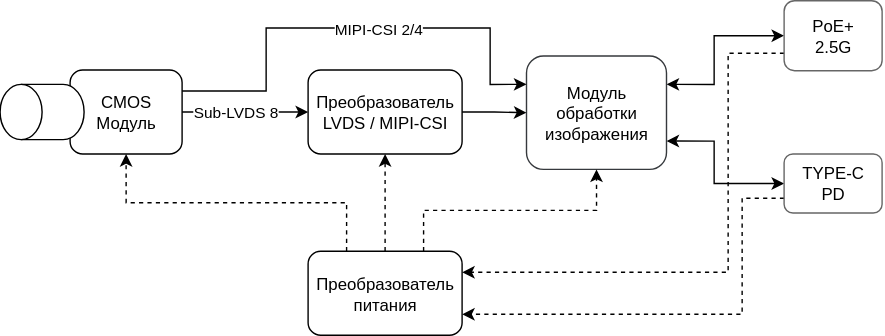
sdyspb/reimagined-rk3588 keeps this draw.io diagram as docs/hardware/start88_smart-camera_fbd.drawio.svg. Above is the earlier version. Source tidied: cells renumbered, new cells last; positions are measured from the earlier drawing's top-left corner, leaving out a move shared by most shapes. Its diagram source:
```xml
<mxGraphModel>
  <root>
    <mxCell id="0" />
    <mxCell id="1" parent="0" />
    <mxCell id="2" style="edgeStyle=orthogonalEdgeStyle;rounded=0;jettySize=auto;html=1;exitX=1;exitY=0.25;exitDx=0;exitDy=0;entryX=1;entryY=0.5;entryDx=0;entryDy=0;startArrow=classic;startFill=1;" parent="1" edge="1" source="4" target="6">
      <mxGeometry relative="1" as="geometry">
        <Array as="points">
          <mxPoint x="510" y="60" />
          <mxPoint x="510" y="26" />
        </Array>
      </mxGeometry>
    </mxCell>
    <mxCell id="3" style="edgeStyle=orthogonalEdgeStyle;rounded=0;jettySize=auto;html=1;exitX=1;exitY=0.75;exitDx=0;exitDy=0;entryX=0.5;entryY=1;entryDx=0;entryDy=0;startArrow=classic;startFill=1;" parent="1" edge="1" source="4" target="8">
      <mxGeometry relative="1" as="geometry">
        <Array as="points">
          <mxPoint x="510" y="101" />
          <mxPoint x="510" y="131" />
        </Array>
      </mxGeometry>
    </mxCell>
    <mxCell id="4" value="Модуль обработки изображения" style="rounded=1;whiteSpace=wrap;html=1;fillColor=none;strokeColor=#36393d;fontColor=default;" parent="1" vertex="1">
      <mxGeometry x="376" y="40" width="100" height="81" as="geometry" />
    </mxCell>
    <mxCell id="5" style="edgeStyle=orthogonalEdgeStyle;rounded=0;jettySize=auto;html=1;exitX=1;exitY=0.25;exitDx=0;exitDy=0;entryX=0.25;entryY=0;entryDx=0;entryDy=0;dashed=1;" parent="1" edge="1" source="6" target="20">
      <mxGeometry relative="1" as="geometry">
        <Array as="points">
          <mxPoint x="520" y="38" />
          <mxPoint x="520" y="195" />
        </Array>
      </mxGeometry>
    </mxCell>
    <mxCell id="6" value="PoE+&lt;div&gt;2.5G&lt;/div&gt;" style="rounded=1;whiteSpace=wrap;html=1;fontSize=12;verticalAlign=middle;fillColor=none;fontColor=default;strokeColor=#666666;direction=west;horizontal=1;" parent="1" vertex="1">
      <mxGeometry x="560" y="0.5" width="70" height="50" as="geometry" />
    </mxCell>
    <mxCell id="7" style="edgeStyle=orthogonalEdgeStyle;rounded=0;jettySize=auto;html=1;exitX=0.75;exitY=1;exitDx=0;exitDy=0;entryX=0.75;entryY=0;entryDx=0;entryDy=0;dashed=1;" parent="1" edge="1" source="8" target="20">
      <mxGeometry relative="1" as="geometry">
        <Array as="points">
          <mxPoint x="530" y="142" />
          <mxPoint x="530" y="225" />
        </Array>
      </mxGeometry>
    </mxCell>
    <mxCell id="8" value="&lt;font&gt;TYPE-C&lt;/font&gt;&lt;div&gt;&lt;font&gt;PD&lt;/font&gt;&lt;/div&gt;" style="rounded=1;whiteSpace=wrap;html=1;fontSize=12;fillColor=none;fontColor=default;strokeColor=#666666;verticalAlign=middle;direction=south;horizontal=1;" parent="1" vertex="1">
      <mxGeometry x="560" y="110" width="70" height="42.2" as="geometry" />
    </mxCell>
    <mxCell id="9" style="edgeStyle=orthogonalEdgeStyle;rounded=0;jettySize=auto;html=1;exitX=0.5;exitY=0;exitDx=0;exitDy=0;entryX=0;entryY=0.5;entryDx=0;entryDy=0;" parent="1" edge="1" source="10" target="4">
      <mxGeometry relative="1" as="geometry" />
    </mxCell>
    <mxCell id="10" value="&lt;span style=&quot;&quot;&gt;Преобразователь&lt;/span&gt;&lt;div&gt;&lt;span style=&quot;&quot;&gt;LVDS / MIPI-CSI&lt;/span&gt;&lt;/div&gt;" style="rounded=1;whiteSpace=wrap;html=1;fillColor=none;rotation=0;direction=south;fontColor=default;" parent="1" vertex="1">
      <mxGeometry x="220" y="50" width="110" height="60" as="geometry" />
    </mxCell>
    <mxCell id="11" style="edgeStyle=orthogonalEdgeStyle;rounded=0;jettySize=auto;html=1;exitX=0.5;exitY=0;exitDx=0;exitDy=0;entryX=0.5;entryY=1;entryDx=0;entryDy=0;" parent="1" edge="1" source="15" target="10">
      <mxGeometry relative="1" as="geometry" />
    </mxCell>
    <mxCell id="12" value="Sub-LVDS 8" style="edgeLabel;html=1;align=center;verticalAlign=middle;" parent="11" vertex="1">
      <mxGeometry x="-0.17" relative="1" as="geometry" />
    </mxCell>
    <mxCell id="13" style="edgeStyle=orthogonalEdgeStyle;rounded=0;jettySize=auto;html=1;entryX=0;entryY=0.25;entryDx=0;entryDy=0;exitX=0.25;exitY=0;exitDx=0;exitDy=0;" parent="1" edge="1" source="15" target="4">
      <mxGeometry relative="1" as="geometry">
        <Array as="points">
          <mxPoint x="190" y="65" />
          <mxPoint x="190" y="20" />
          <mxPoint x="350" y="20" />
          <mxPoint x="350" y="60" />
        </Array>
      </mxGeometry>
    </mxCell>
    <mxCell id="14" value="MIPI-CSI 2/4" style="edgeLabel;html=1;align=center;verticalAlign=middle;" parent="13" vertex="1">
      <mxGeometry x="0.03" y="-1" relative="1" as="geometry">
        <mxPoint x="14" as="offset" />
      </mxGeometry>
    </mxCell>
    <mxCell id="15" value="CMOS&lt;div&gt;Модуль&lt;/div&gt;" style="rounded=1;whiteSpace=wrap;html=1;fillColor=none;rotation=0;direction=south;fontColor=default;" parent="1" vertex="1">
      <mxGeometry x="50" y="50" width="80" height="60" as="geometry" />
    </mxCell>
    <mxCell id="16" style="shape=cylinder3;whiteSpace=wrap;html=1;boundedLbl=1;backgroundOutline=1;size=15;direction=south;flipH=1;legacyAnchorPoints=0;" parent="1" vertex="1">
      <mxGeometry y="60.2" width="60" height="39.5" as="geometry" />
    </mxCell>
    <mxCell id="17" style="edgeStyle=orthogonalEdgeStyle;rounded=0;jettySize=auto;html=1;exitX=0;exitY=0.25;exitDx=0;exitDy=0;entryX=0.5;entryY=1;entryDx=0;entryDy=0;dashed=1;" parent="1" edge="1" source="20" target="4">
      <mxGeometry relative="1" as="geometry" />
    </mxCell>
    <mxCell id="18" style="edgeStyle=orthogonalEdgeStyle;rounded=0;jettySize=auto;html=1;entryX=1;entryY=0.5;entryDx=0;entryDy=0;dashed=1;" parent="1" edge="1" source="20" target="10">
      <mxGeometry relative="1" as="geometry" />
    </mxCell>
    <mxCell id="19" style="edgeStyle=orthogonalEdgeStyle;rounded=0;jettySize=auto;html=1;exitX=0;exitY=0.75;exitDx=0;exitDy=0;entryX=1;entryY=0.5;entryDx=0;entryDy=0;dashed=1;" parent="1" edge="1" source="20" target="15">
      <mxGeometry relative="1" as="geometry" />
    </mxCell>
    <mxCell id="20" value="&lt;span style=&quot;&quot;&gt;Преобразователь&lt;/span&gt;&lt;div&gt;&lt;span style=&quot;&quot;&gt;питания&lt;/span&gt;&lt;/div&gt;" style="rounded=1;whiteSpace=wrap;html=1;fillColor=none;rotation=0;direction=south;fontColor=default;" parent="1" vertex="1">
      <mxGeometry x="220" y="179.5" width="110" height="60" as="geometry" />
    </mxCell>
  </root>
</mxGraphModel>
```
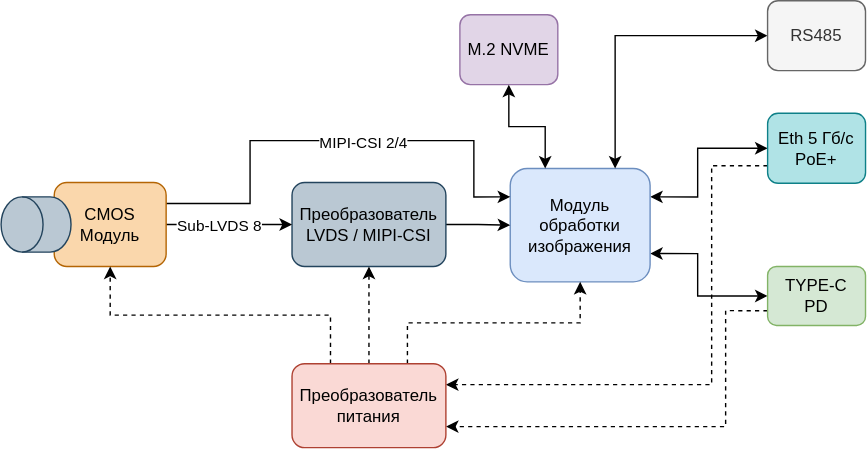
The same file after the commit.

Change to the diagram source:
```diff
@@ -2,14 +2,14 @@
   <root>
     <mxCell id="0" />
     <mxCell id="1" parent="0" />
-    <mxCell id="2" style="edgeStyle=orthogonalEdgeStyle;rounded=0;jettySize=auto;html=1;exitX=1;exitY=0.25;exitDx=0;exitDy=0;entryX=1;entryY=0.5;entryDx=0;entryDy=0;startArrow=classic;startFill=1;" parent="1" edge="1" source="4" target="6">
-      <mxGeometry relative="1" as="geometry">
-        <Array as="points">
-          <mxPoint x="510" y="60" />
-          <mxPoint x="510" y="26" />
-        </Array>
-      </mxGeometry>
-    </mxCell>
+    <mxCell id="21" style="edgeStyle=orthogonalEdgeStyle;rounded=0;jettySize=auto;html=1;exitX=1;exitY=0.25;exitDx=0;exitDy=0;entryX=1;entryY=0.5;entryDx=0;entryDy=0;startArrow=classic;startFill=1;" parent="1" edge="1" source="4" target="23">
+      <mxGeometry relative="1" as="geometry">
+        <Array as="points">
+          <mxPoint x="510" y="60" />
+          <mxPoint x="510" y="26" />
+        </Array>
+      </mxGeometry>
+    </mxCell>
     <mxCell id="3" style="edgeStyle=orthogonalEdgeStyle;rounded=0;jettySize=auto;html=1;exitX=1;exitY=0.75;exitDx=0;exitDy=0;entryX=0.5;entryY=1;entryDx=0;entryDy=0;startArrow=classic;startFill=1;" parent="1" edge="1" source="4" target="8">
       <mxGeometry relative="1" as="geometry">
         <Array as="points">
@@ -18,20 +18,20 @@
         </Array>
       </mxGeometry>
     </mxCell>
-    <mxCell id="4" value="Модуль обработки изображения" style="rounded=1;whiteSpace=wrap;html=1;fillColor=none;strokeColor=#36393d;fontColor=default;" parent="1" vertex="1">
+    <mxCell id="4" value="Модуль обработки изображения" style="rounded=1;whiteSpace=wrap;html=1;fillColor=#dae8fc;strokeColor=#6c8ebf;" parent="1" vertex="1">
       <mxGeometry x="376" y="40" width="100" height="81" as="geometry" />
     </mxCell>
-    <mxCell id="5" style="edgeStyle=orthogonalEdgeStyle;rounded=0;jettySize=auto;html=1;exitX=1;exitY=0.25;exitDx=0;exitDy=0;entryX=0.25;entryY=0;entryDx=0;entryDy=0;dashed=1;" parent="1" edge="1" source="6" target="20">
-      <mxGeometry relative="1" as="geometry">
-        <Array as="points">
-          <mxPoint x="520" y="38" />
-          <mxPoint x="520" y="195" />
-        </Array>
-      </mxGeometry>
-    </mxCell>
-    <mxCell id="6" value="PoE+&lt;div&gt;2.5G&lt;/div&gt;" style="rounded=1;whiteSpace=wrap;html=1;fontSize=12;verticalAlign=middle;fillColor=none;fontColor=default;strokeColor=#666666;direction=west;horizontal=1;" parent="1" vertex="1">
-      <mxGeometry x="560" y="0.5" width="70" height="50" as="geometry" />
-    </mxCell>
+    <mxCell id="22" style="edgeStyle=orthogonalEdgeStyle;rounded=0;jettySize=auto;html=1;exitX=1;exitY=0.25;exitDx=0;exitDy=0;entryX=0.25;entryY=0;entryDx=0;entryDy=0;dashed=1;" parent="1" edge="1" source="23" target="20">
+      <mxGeometry relative="1" as="geometry">
+        <Array as="points">
+          <mxPoint x="520" y="38" />
+          <mxPoint x="520" y="195" />
+        </Array>
+      </mxGeometry>
+    </mxCell>
+    <mxCell id="23" value="&lt;div&gt;Eth 5 Гб/с&lt;/div&gt;&lt;div&gt;PoE+&lt;/div&gt;" style="rounded=1;whiteSpace=wrap;html=1;fontSize=12;verticalAlign=middle;fillColor=#b0e3e6;strokeColor=#0e8088;direction=west;horizontal=1;" parent="1" vertex="1">
+      <mxGeometry x="560" y="0.5" width="70" height="50" as="geometry" />
+    </mxCell>
     <mxCell id="7" style="edgeStyle=orthogonalEdgeStyle;rounded=0;jettySize=auto;html=1;exitX=0.75;exitY=1;exitDx=0;exitDy=0;entryX=0.75;entryY=0;entryDx=0;entryDy=0;dashed=1;" parent="1" edge="1" source="8" target="20">
       <mxGeometry relative="1" as="geometry">
         <Array as="points">
@@ -40,13 +40,13 @@
         </Array>
       </mxGeometry>
     </mxCell>
-    <mxCell id="8" value="&lt;font&gt;TYPE-C&lt;/font&gt;&lt;div&gt;&lt;font&gt;PD&lt;/font&gt;&lt;/div&gt;" style="rounded=1;whiteSpace=wrap;html=1;fontSize=12;fillColor=none;fontColor=default;strokeColor=#666666;verticalAlign=middle;direction=south;horizontal=1;" parent="1" vertex="1">
+    <mxCell id="8" value="&lt;font&gt;TYPE-C&lt;/font&gt;&lt;div&gt;&lt;font&gt;PD&lt;/font&gt;&lt;/div&gt;" style="rounded=1;whiteSpace=wrap;html=1;fontSize=12;fillColor=#d5e8d4;strokeColor=#82b366;verticalAlign=middle;direction=south;horizontal=1;" parent="1" vertex="1">
       <mxGeometry x="560" y="110" width="70" height="42.2" as="geometry" />
     </mxCell>
     <mxCell id="9" style="edgeStyle=orthogonalEdgeStyle;rounded=0;jettySize=auto;html=1;exitX=0.5;exitY=0;exitDx=0;exitDy=0;entryX=0;entryY=0.5;entryDx=0;entryDy=0;" parent="1" edge="1" source="10" target="4">
       <mxGeometry relative="1" as="geometry" />
     </mxCell>
-    <mxCell id="10" value="&lt;span style=&quot;&quot;&gt;Преобразователь&lt;/span&gt;&lt;div&gt;&lt;span style=&quot;&quot;&gt;LVDS / MIPI-CSI&lt;/span&gt;&lt;/div&gt;" style="rounded=1;whiteSpace=wrap;html=1;fillColor=none;rotation=0;direction=south;fontColor=default;" parent="1" vertex="1">
+    <mxCell id="10" value="&lt;span style=&quot;&quot;&gt;Преобразователь&lt;/span&gt;&lt;div&gt;&lt;span style=&quot;&quot;&gt;LVDS / MIPI-CSI&lt;/span&gt;&lt;/div&gt;" style="rounded=1;whiteSpace=wrap;html=1;fillColor=#bac8d3;rotation=0;direction=south;strokeColor=#23445d;" parent="1" vertex="1">
       <mxGeometry x="220" y="50" width="110" height="60" as="geometry" />
     </mxCell>
     <mxCell id="11" style="edgeStyle=orthogonalEdgeStyle;rounded=0;jettySize=auto;html=1;exitX=0.5;exitY=0;exitDx=0;exitDy=0;entryX=0.5;entryY=1;entryDx=0;entryDy=0;" parent="1" edge="1" source="15" target="10">
@@ -70,12 +70,12 @@
         <mxPoint x="14" as="offset" />
       </mxGeometry>
     </mxCell>
-    <mxCell id="15" value="CMOS&lt;div&gt;Модуль&lt;/div&gt;" style="rounded=1;whiteSpace=wrap;html=1;fillColor=none;rotation=0;direction=south;fontColor=default;" parent="1" vertex="1">
+    <mxCell id="15" value="CMOS&lt;div&gt;Модуль&lt;/div&gt;" style="rounded=1;whiteSpace=wrap;html=1;fillColor=#fad7ac;rotation=0;direction=south;strokeColor=#b46504;" parent="1" vertex="1">
       <mxGeometry x="50" y="50" width="80" height="60" as="geometry" />
     </mxCell>
-    <mxCell id="16" style="shape=cylinder3;whiteSpace=wrap;html=1;boundedLbl=1;backgroundOutline=1;size=15;direction=south;flipH=1;legacyAnchorPoints=0;" parent="1" vertex="1">
-      <mxGeometry y="60.2" width="60" height="39.5" as="geometry" />
-    </mxCell>
+    <mxCell id="24" style="shape=cylinder3;whiteSpace=wrap;html=1;boundedLbl=1;backgroundOutline=1;size=15;direction=south;flipH=1;legacyAnchorPoints=0;fillColor=#bac8d3;strokeColor=#23445d;" parent="1" vertex="1">
+      <mxGeometry x="12" y="60.2" width="50" height="39.5" as="geometry" />
+    </mxCell>
     <mxCell id="17" style="edgeStyle=orthogonalEdgeStyle;rounded=0;jettySize=auto;html=1;exitX=0;exitY=0.25;exitDx=0;exitDy=0;entryX=0.5;entryY=1;entryDx=0;entryDy=0;dashed=1;" parent="1" edge="1" source="20" target="4">
       <mxGeometry relative="1" as="geometry" />
     </mxCell>
@@ -85,8 +85,20 @@
     <mxCell id="19" style="edgeStyle=orthogonalEdgeStyle;rounded=0;jettySize=auto;html=1;exitX=0;exitY=0.75;exitDx=0;exitDy=0;entryX=1;entryY=0.5;entryDx=0;entryDy=0;dashed=1;" parent="1" edge="1" source="20" target="15">
       <mxGeometry relative="1" as="geometry" />
     </mxCell>
-    <mxCell id="20" value="&lt;span style=&quot;&quot;&gt;Преобразователь&lt;/span&gt;&lt;div&gt;&lt;span style=&quot;&quot;&gt;питания&lt;/span&gt;&lt;/div&gt;" style="rounded=1;whiteSpace=wrap;html=1;fillColor=none;rotation=0;direction=south;fontColor=default;" parent="1" vertex="1">
+    <mxCell id="20" value="&lt;span style=&quot;&quot;&gt;Преобразователь&lt;/span&gt;&lt;div&gt;&lt;span style=&quot;&quot;&gt;питания&lt;/span&gt;&lt;/div&gt;" style="rounded=1;whiteSpace=wrap;html=1;fillColor=#fad9d5;rotation=0;direction=south;strokeColor=#ae4132;" parent="1" vertex="1">
       <mxGeometry x="220" y="179.5" width="110" height="60" as="geometry" />
     </mxCell>
+    <mxCell id="25" value="M.2 NVME" style="rounded=1;whiteSpace=wrap;html=1;fontSize=12;verticalAlign=middle;fillColor=#e1d5e7;strokeColor=#9673a6;direction=west;horizontal=1;" parent="1" vertex="1">
+      <mxGeometry x="340" y="-70" width="70" height="50" as="geometry" />
+    </mxCell>
+    <mxCell id="26" style="edgeStyle=orthogonalEdgeStyle;rounded=0;jettySize=auto;html=1;entryX=0.25;entryY=0;entryDx=0;entryDy=0;startArrow=classic;startFill=1;exitX=0.5;exitY=0;exitDx=0;exitDy=0;" parent="1" edge="1" source="25" target="4">
+      <mxGeometry relative="1" as="geometry" />
+    </mxCell>
+    <mxCell id="27" style="edgeStyle=orthogonalEdgeStyle;rounded=0;jettySize=auto;html=1;exitX=1;exitY=0.5;exitDx=0;exitDy=0;entryX=0.75;entryY=0;entryDx=0;entryDy=0;startArrow=classic;startFill=1;" parent="1" edge="1" source="28" target="4">
+      <mxGeometry relative="1" as="geometry" />
+    </mxCell>
+    <mxCell id="28" value="RS485" style="rounded=1;whiteSpace=wrap;html=1;fontSize=12;verticalAlign=middle;fillColor=#f5f5f5;fontColor=#333333;strokeColor=#666666;direction=west;horizontal=1;" parent="1" vertex="1">
+      <mxGeometry x="560" y="-80" width="70" height="50" as="geometry" />
+    </mxCell>
   </root>
 </mxGraphModel>
```
